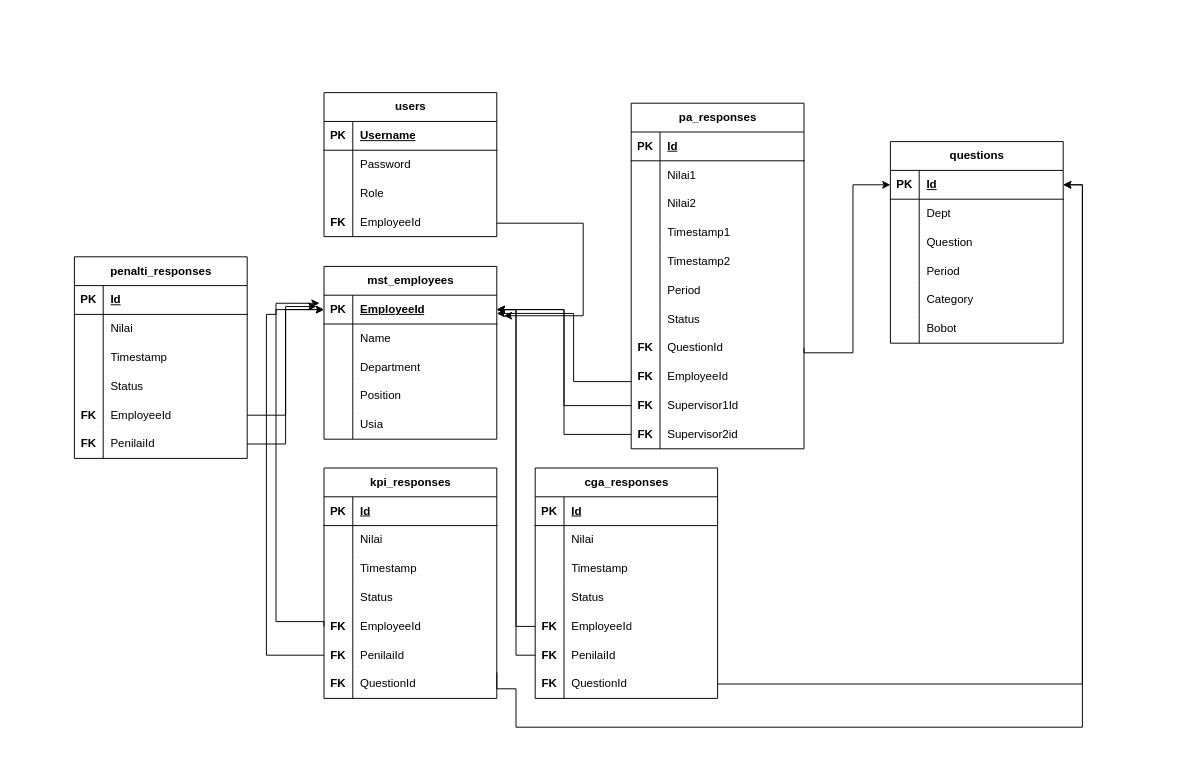
The draw.io diagram database-diagram.drawio in jezreelkosasih/diagram, before the edit. Source tidied: cells renumbered, new cells numbered last; positions are measured from the earlier drawing's top-left corner, leaving out a move shared by most shapes. Both pictures are drawn from the tidied source at 96%, with x=0, y=0 at pixel (74, 92).
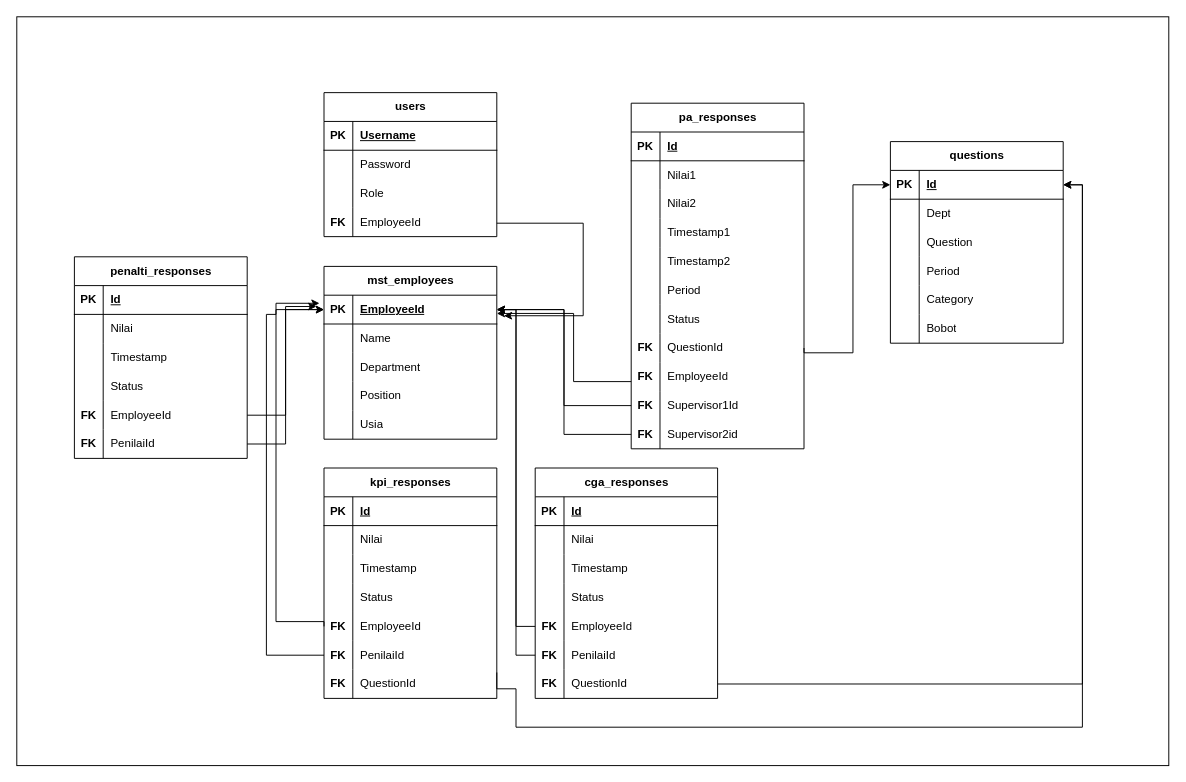
After the change.

What changed in the source:
```diff
@@
+    <mxCell id="160" style="rounded=0;whiteSpace=wrap;html=1;fillColor=none;" parent="1" vertex="1">
+      <mxGeometry x="-60" y="-79" width="1200" height="780" as="geometry" />
+    </mxCell>
```
